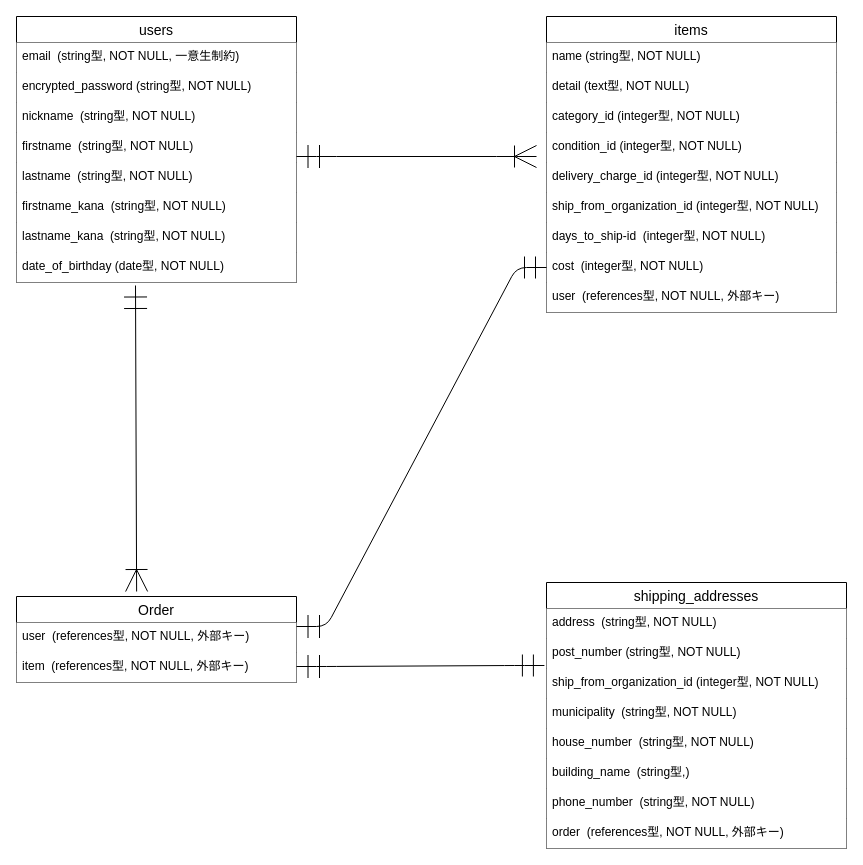
The draw.io diagram furima.dio in konigorikun/furima-39104, before the edit. Source tidied: cells renumbered, new cells numbered last; positions are measured from the earlier drawing's top-left corner, leaving out a move shared by most shapes. Both pictures are drawn from the tidied source at 100%, with x=0, y=0 at pixel (16, 16).
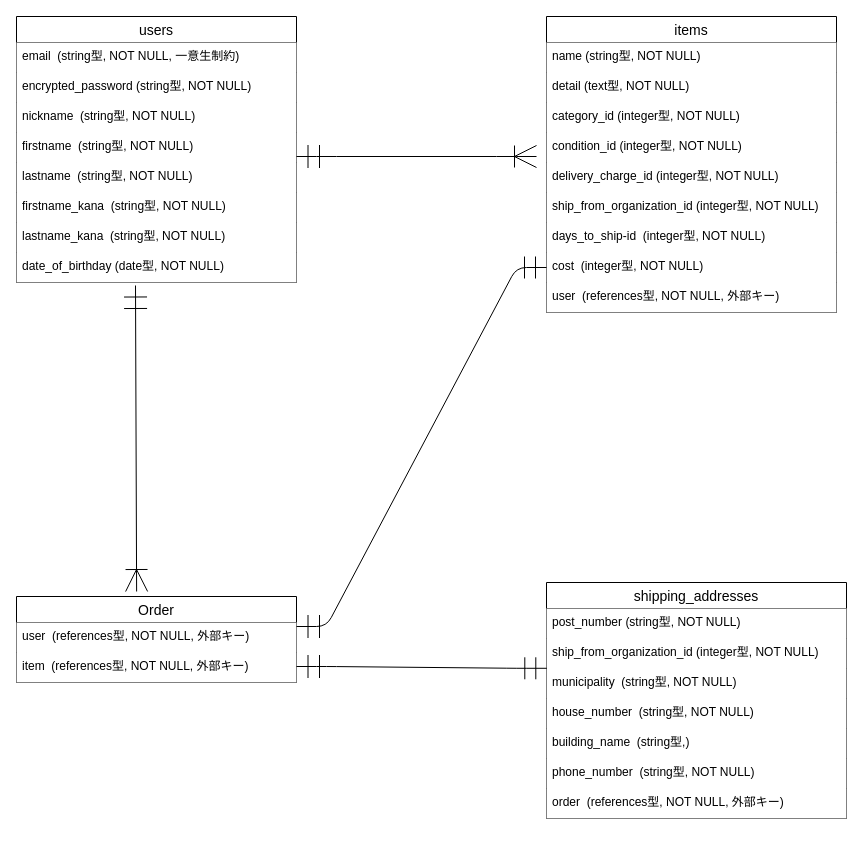
After the change.

What changed in the source:
```diff
@@
     <mxCell id="24" value="shipping_addresses" style="swimlane;fontStyle=0;horizontal=1;startSize=26;align=center;fontSize=14;" parent="1" vertex="1">
-      <mxGeometry x="530" y="566" width="300" height="266" as="geometry" />
+      <mxGeometry x="530" y="566" width="300" height="236" as="geometry" />
     </mxCell>
-    <mxCell id="25" value="address  (string型, NOT NULL)" style="text;strokeColor=none;fillColor=default;spacingLeft=4;spacingRight=4;overflow=hidden;fontSize=12;labelBackgroundColor=none;" parent="24" vertex="1">
-      <mxGeometry y="26" width="300" height="30" as="geometry" />
-    </mxCell>
     <mxCell id="26" value="post_number (string型, NOT NULL)" style="text;strokeColor=none;fillColor=default;spacingLeft=4;spacingRight=4;overflow=hidden;points=[[0,0.5],[1,0.5]];portConstraint=eastwest;fontSize=12;" parent="24" vertex="1">
-      <mxGeometry y="56" width="300" height="30" as="geometry" />
+      <mxGeometry y="26" width="300" height="30" as="geometry" />
     </mxCell>
     <mxCell id="27" value="ship_from_organization_id (integer型, NOT NULL)" style="text;strokeColor=none;fillColor=default;spacingLeft=4;spacingRight=4;overflow=hidden;points=[[0,0.5],[1,0.5]];portConstraint=eastwest;fontSize=12;" parent="24" vertex="1">
-      <mxGeometry y="86" width="300" height="30" as="geometry" />
+      <mxGeometry y="56" width="300" height="30" as="geometry" />
     </mxCell>
     <mxCell id="28" value="municipality  (string型, NOT NULL)" style="text;strokeColor=none;fillColor=default;spacingLeft=4;spacingRight=4;overflow=hidden;fontSize=12;" parent="24" vertex="1">
-      <mxGeometry y="116" width="300" height="30" as="geometry" />
+      <mxGeometry y="86" width="300" height="30" as="geometry" />
     </mxCell>
     <mxCell id="29" value="house_number  (string型, NOT NULL)" style="text;strokeColor=none;fillColor=default;spacingLeft=4;spacingRight=4;overflow=hidden;fontSize=12;" parent="24" vertex="1">
-      <mxGeometry y="146" width="300" height="30" as="geometry" />
+      <mxGeometry y="116" width="300" height="30" as="geometry" />
     </mxCell>
     <mxCell id="30" value="building_name  (string型,)" style="text;strokeColor=none;fillColor=default;spacingLeft=4;spacingRight=4;overflow=hidden;fontSize=12;" parent="24" vertex="1">
-      <mxGeometry y="176" width="300" height="30" as="geometry" />
+      <mxGeometry y="146" width="300" height="30" as="geometry" />
     </mxCell>
     <mxCell id="31" value="phone_number  (string型, NOT NULL)" style="text;strokeColor=none;fillColor=default;spacingLeft=4;spacingRight=4;overflow=hidden;fontSize=12;" parent="24" vertex="1">
-      <mxGeometry y="206" width="300" height="30" as="geometry" />
+      <mxGeometry y="176" width="300" height="30" as="geometry" />
     </mxCell>
     <mxCell id="32" value="order  (references型, NOT NULL, 外部キー)" style="text;strokeColor=none;fillColor=default;spacingLeft=4;spacingRight=4;overflow=hidden;fontSize=12;" parent="24" vertex="1">
-      <mxGeometry y="236" width="300" height="30" as="geometry" />
+      <mxGeometry y="206" width="300" height="30" as="geometry" />
     </mxCell>
@@
-    <mxCell id="36" style="edgeStyle=entityRelationEdgeStyle;fontSize=12;html=1;endArrow=ERmandOne;startArrow=ERmandOne;startSize=21;endSize=20;targetPerimeterSpacing=0;entryX=-0.007;entryY=0.9;entryDx=0;entryDy=0;entryPerimeter=0;" parent="1" edge="1" target="26">
+    <mxCell id="36" style="edgeStyle=entityRelationEdgeStyle;fontSize=12;html=1;endArrow=ERmandOne;startArrow=ERmandOne;startSize=21;endSize=20;targetPerimeterSpacing=0;entryX=0.001;entryY=0.993;entryDx=0;entryDy=0;entryPerimeter=0;" parent="1" edge="1" target="27">
       <mxGeometry relative="1" as="geometry">
         <mxPoint x="280" y="650" as="sourcePoint" />
       </mxGeometry>
     </mxCell>
```
